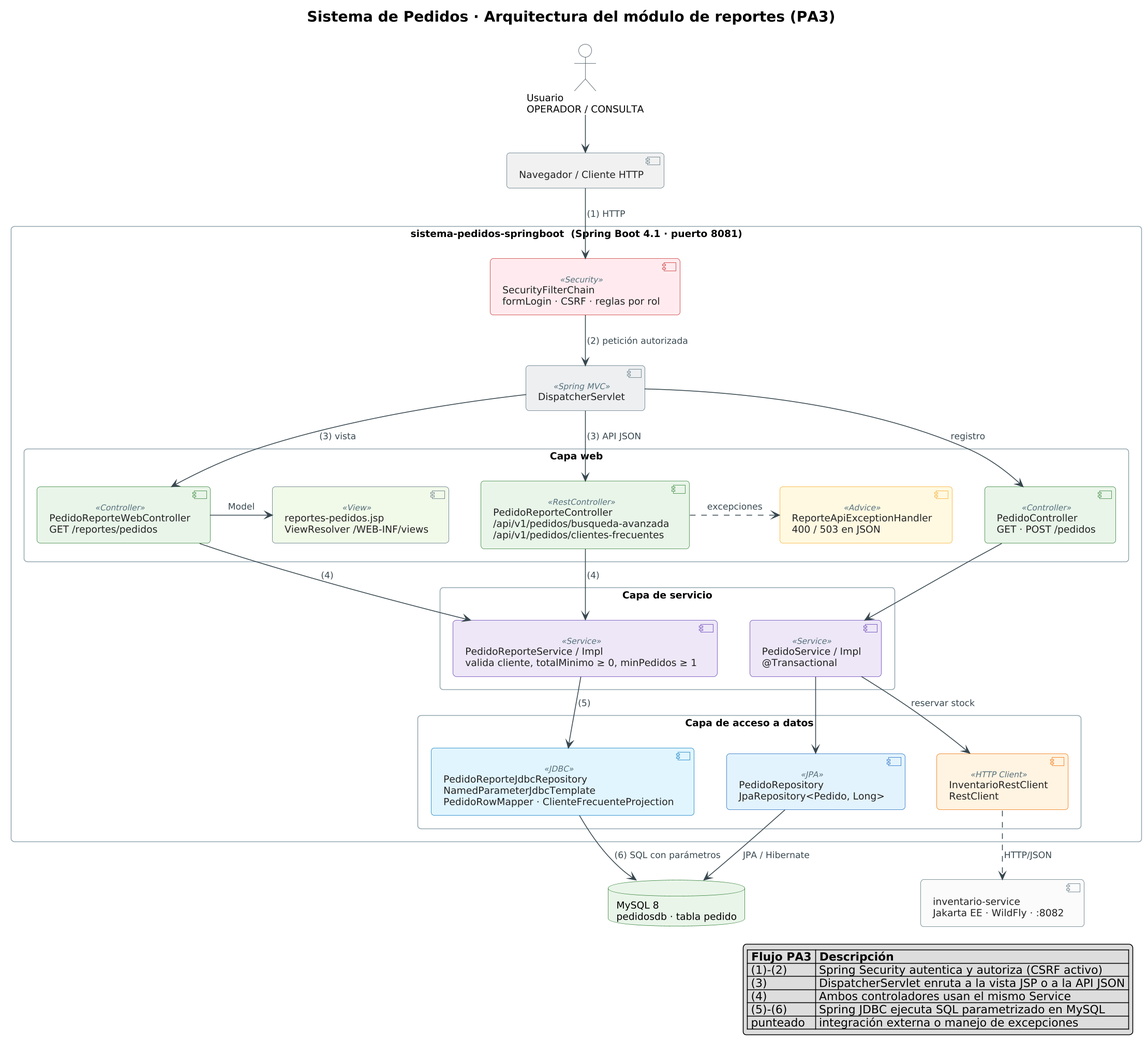
Before: docs/diagrama-arquitectura-pa3.png, a diagram exported from PlantUML (caleb-examen1/examen).
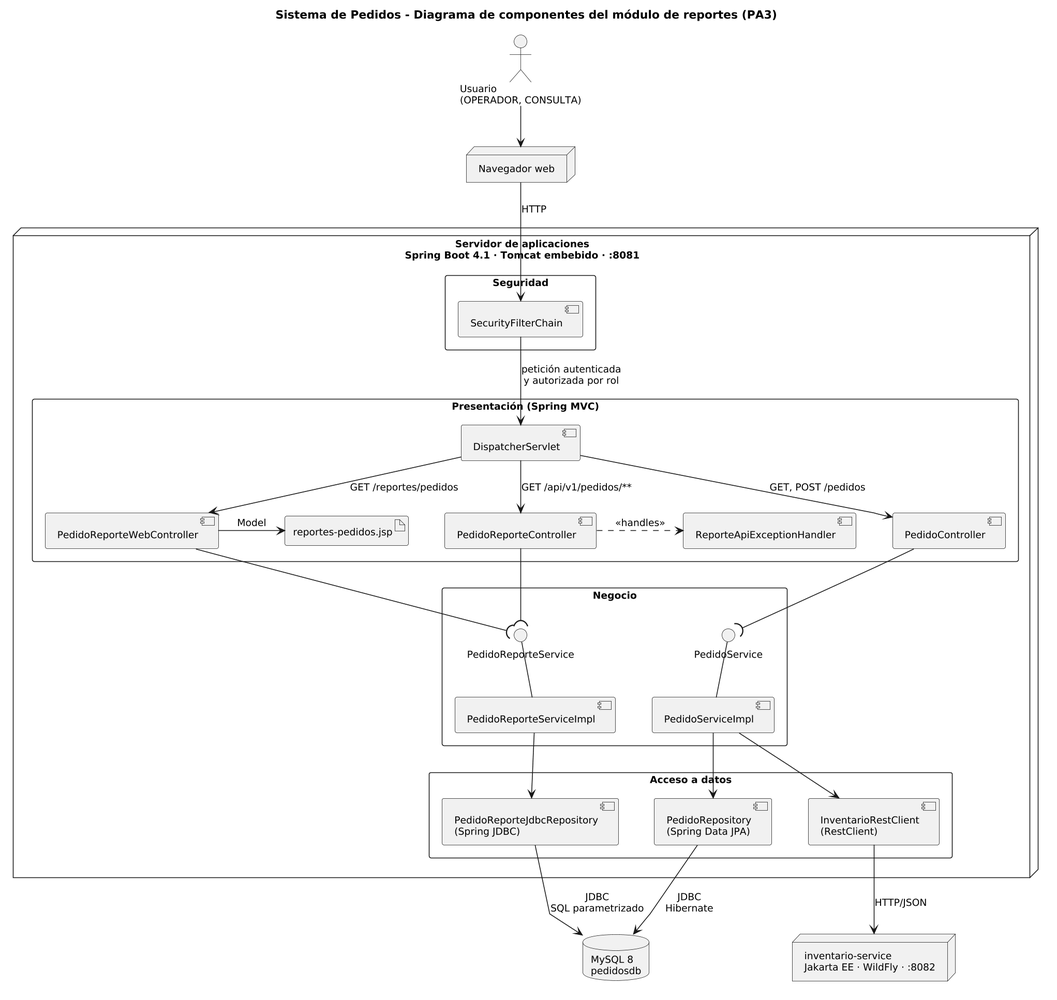
Above is the later version.

Commit message:
docs: diagrama de componentes UML 2 monocromo en PlantUML

Change to the diagram source:
```diff
@@ -1,114 +1,72 @@
 @startuml
-!pragma layout smetana
+skinparam monochrome true
+skinparam shadowing false
+skinparam componentStyle uml2
+skinparam linetype polyline
+skinparam defaultFontName Arial
+skinparam defaultFontSize 12
+skinparam nodesep 45
+skinparam ranksep 50
 skinparam dpi 150
-skinparam linetype ortho
-skinparam nodesep 40
-skinparam ranksep 45
-skinparam shadowing false
-skinparam roundCorner 8
-skinparam defaultFontName "Segoe UI"
-skinparam defaultFontSize 12
-skinparam ArrowColor #37474F
-skinparam ArrowFontSize 11
-skinparam ArrowFontColor #37474F
-skinparam titleFontSize 18
-skinparam titleFontStyle bold
 skinparam packageStyle rectangle
-skinparam package {
-  BorderColor #90A4AE
-  FontColor #263238
-  FontStyle bold
-}
-skinparam component {
-  BorderColor #546E7A
-  FontColor #212121
-  StereotypeFontColor #546E7A
-  StereotypeFontSize 10
-  BackgroundColor<<Security>> #FFEBEE
-  BorderColor<<Security>> #C62828
-  BackgroundColor<<Spring MVC>> #ECEFF1
-  BackgroundColor<<Controller>> #E8F5E9
-  BorderColor<<Controller>> #2E7D32
-  BackgroundColor<<RestController>> #E8F5E9
-  BorderColor<<RestController>> #2E7D32
-  BackgroundColor<<View>> #F1F8E9
-  BackgroundColor<<Advice>> #FFF8E1
-  BorderColor<<Advice>> #F9A825
-  BackgroundColor<<Service>> #EDE7F6
-  BorderColor<<Service>> #5E35B1
-  BackgroundColor<<JPA>> #E3F2FD
-  BorderColor<<JPA>> #1565C0
-  BackgroundColor<<JDBC>> #E1F5FE
-  BorderColor<<JDBC>> #0277BD
-  BackgroundColor<<HTTP Client>> #FFF3E0
-  BorderColor<<HTTP Client>> #EF6C00
-}
-skinparam database {
-  BackgroundColor #E8F5E9
-  BorderColor #2E7D32
-}
-skinparam actor {
-  BorderColor #37474F
-  BackgroundColor #FFFFFF
-}
 
-title Sistema de Pedidos · Arquitectura del módulo de reportes (PA3)
+title Sistema de Pedidos - Diagrama de componentes del módulo de reportes (PA3)
 
-actor "Usuario\nOPERADOR / CONSULTA" as usuario
-component "Navegador / Cliente HTTP" as navegador
+actor "Usuario\n(OPERADOR, CONSULTA)" as usuario
+node "Navegador web" as navegador
 
-package "sistema-pedidos-springboot  (Spring Boot 4.1 · puerto 8081)" {
+node "Servidor de aplicaciones\nSpring Boot 4.1 · Tomcat embebido · :8081" {
 
-  component "SecurityFilterChain\nformLogin · CSRF · reglas por rol" as security <<Security>>
-  component "DispatcherServlet" as dispatcher <<Spring MVC>>
-
-  package "Capa web" {
-    component "PedidoReporteWebController\nGET /reportes/pedidos" as webCtl <<Controller>>
-    component "reportes-pedidos.jsp\nViewResolver /WEB-INF/views" as jsp <<View>>
-    component "PedidoController\nGET · POST /pedidos" as pedidoCtl <<Controller>>
-    component "PedidoReporteController\n/api/v1/pedidos/busqueda-avanzada\n/api/v1/pedidos/clientes-frecuentes" as restCtl <<RestController>>
-    component "ReporteApiExceptionHandler\n400 / 503 en JSON" as advice <<Advice>>
+  package "Seguridad" {
+    [SecurityFilterChain] as security
   }
 
-  package "Capa de servicio" {
-    component "PedidoReporteService / Impl\nvalida cliente, totalMinimo ≥ 0, minPedidos ≥ 1" as reporteSvc <<Service>>
-    component "PedidoService / Impl\n@Transactional" as pedidoSvc <<Service>>
+  package "Presentación (Spring MVC)" {
+    [DispatcherServlet] as dispatcher
+    [PedidoReporteWebController] as webCtl
+    [PedidoReporteController] as restCtl
+    [PedidoController] as pedidoCtl
+    [ReporteApiExceptionHandler] as advice
+    artifact "reportes-pedidos.jsp" as jsp
   }
 
-  package "Capa de acceso a datos" {
-    component "PedidoReporteJdbcRepository\nNamedParameterJdbcTemplate\nPedidoRowMapper · ClienteFrecuenteProjection" as jdbcRepo <<JDBC>>
-    component "PedidoRepository\nJpaRepository<Pedido, Long>" as jpaRepo <<JPA>>
-    component "InventarioRestClient\nRestClient" as invClient <<HTTP Client>>
+  package "Negocio" {
+    () "PedidoReporteService" as iReporte
+    () "PedidoService" as iPedido
+    [PedidoReporteServiceImpl] as reporteSvc
+    [PedidoServiceImpl] as pedidoSvc
+  }
+
+  package "Acceso a datos" {
+    [PedidoReporteJdbcRepository\n(Spring JDBC)] as jdbcRepo
+    [PedidoRepository\n(Spring Data JPA)] as jpaRepo
+    [InventarioRestClient\n(RestClient)] as invClient
   }
 }
 
-database "MySQL 8\npedidosdb · tabla pedido" as mysql
-component "inventario-service\nJakarta EE · WildFly · :8082" as inventario #FAFAFA
+database "MySQL 8\npedidosdb" as mysql
+node "inventario-service\nJakarta EE · WildFly · :8082" as inventario
 
 usuario -down-> navegador
-navegador -down-> security : (1) HTTP
-security -down-> dispatcher : (2) petición autorizada
-dispatcher -down-> webCtl : (3) vista
-dispatcher -down-> restCtl : (3) API JSON
-dispatcher -down-> pedidoCtl : registro
+navegador -down-> security : HTTP
+security -down-> dispatcher : petición autenticada\ny autorizada por rol
+dispatcher -down-> webCtl : GET /reportes/pedidos
+dispatcher -down-> restCtl : GET /api/v1/pedidos/**
+dispatcher -down-> pedidoCtl : GET, POST /pedidos
 webCtl -right-> jsp : Model
-restCtl .right.> advice : excepciones
-webCtl -down-> reporteSvc : (4)
-restCtl -down-> reporteSvc : (4)
-pedidoCtl -down-> pedidoSvc
-reporteSvc -down-> jdbcRepo : (5)
+restCtl .right.> advice : <<handles>>
+
+reporteSvc -up- iReporte
+pedidoSvc -up- iPedido
+webCtl -down-( iReporte
+restCtl -down-( iReporte
+pedidoCtl -down-( iPedido
+
+reporteSvc -down-> jdbcRepo
 pedidoSvc -down-> jpaRepo
-pedidoSvc -down-> invClient : reservar stock
-jdbcRepo -down-> mysql : (6) SQL con parámetros
-jpaRepo -down-> mysql : JPA / Hibernate
-invClient .down.> inventario : HTTP/JSON
+pedidoSvc -down-> invClient
 
-legend right
-  |= Flujo PA3 |= Descripción |
-  | (1)-(2) | Spring Security autentica y autoriza (CSRF activo) |
-  | (3) | DispatcherServlet enruta a la vista JSP o a la API JSON |
-  | (4) | Ambos controladores usan el mismo Service |
-  | (5)-(6) | Spring JDBC ejecuta SQL parametrizado en MySQL |
-  | punteado | integración externa o manejo de excepciones |
-endlegend
+jdbcRepo -down-> mysql : JDBC\nSQL parametrizado
+jpaRepo -down-> mysql : JDBC\nHibernate
+invClient -down-> inventario : HTTP/JSON
 @enduml
```
